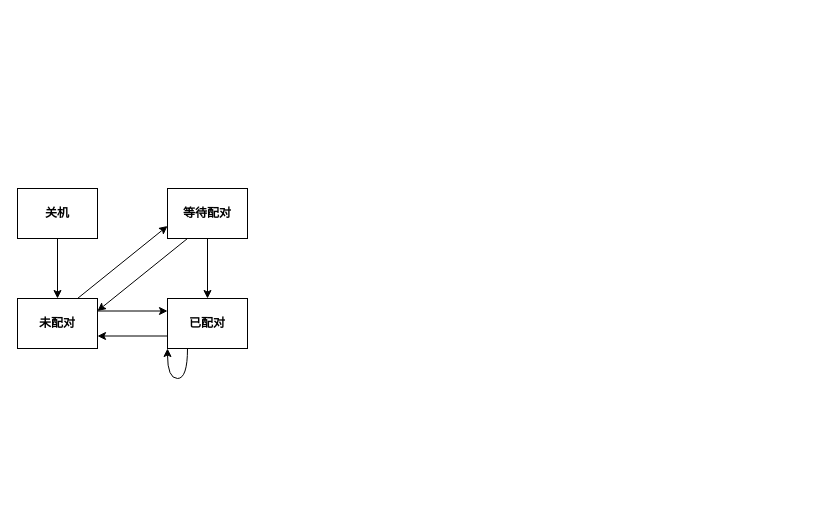
Before: src/fsm.drawio in JinyuChata/CitiCup-JavaAPI, a draw.io diagram. Source tidied: cells renumbered, new cells numbered last; positions are measured from the earlier drawing's top-left corner, leaving out a move shared by most shapes. Both pictures are drawn from the tidied source at 100%, with x=0, y=0 at pixel (17, 188).
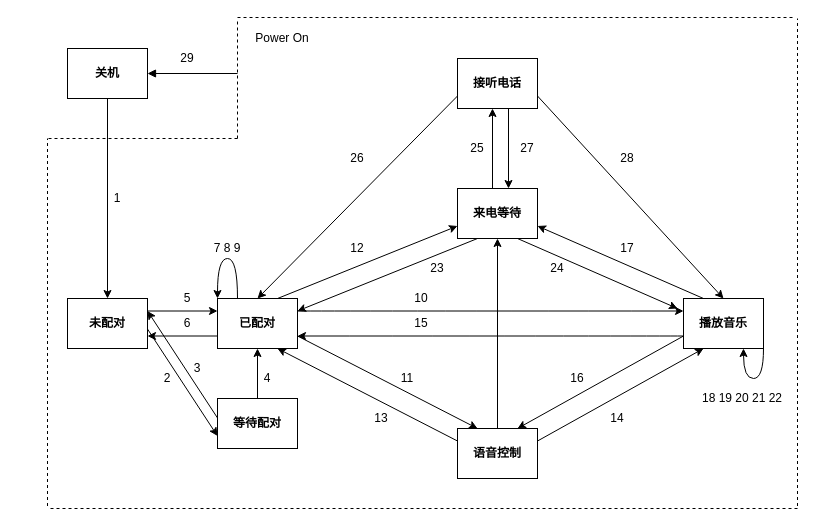
Above is the later version.

What changed in the source:
```diff
@@
     <mxCell id="3" value="&lt;b&gt;关机&lt;/b&gt;" style="rounded=0;whiteSpace=wrap;html=1;" parent="1" vertex="1">
-      <mxGeometry width="80" height="50" as="geometry" />
+      <mxGeometry x="50" y="-140" width="80" height="50" as="geometry" />
     </mxCell>
@@
     <mxCell id="6" value="&lt;b&gt;未配对&lt;/b&gt;" style="rounded=0;whiteSpace=wrap;html=1;" parent="1" vertex="1">
-      <mxGeometry y="110" width="80" height="50" as="geometry" />
+      <mxGeometry x="50" y="110" width="80" height="50" as="geometry" />
     </mxCell>
@@
     <mxCell id="9" value="&lt;b&gt;等待配对&lt;/b&gt;" style="rounded=0;whiteSpace=wrap;html=1;" parent="1" vertex="1">
-      <mxGeometry x="150" width="80" height="50" as="geometry" />
+      <mxGeometry x="200" y="210" width="80" height="50" as="geometry" />
     </mxCell>
@@
-    <mxCell id="11" style="edgeStyle=orthogonalEdgeStyle;curved=1;rounded=0;orthogonalLoop=1;jettySize=auto;html=1;exitX=0.25;exitY=1;exitDx=0;exitDy=0;entryX=0;entryY=1;entryDx=0;entryDy=0;" parent="1" edge="1" source="12" target="12">
+    <mxCell id="11" style="edgeStyle=orthogonalEdgeStyle;curved=1;rounded=0;orthogonalLoop=1;jettySize=auto;html=1;exitX=0.25;exitY=0;exitDx=0;exitDy=0;entryX=0;entryY=0;entryDx=0;entryDy=0;" parent="1" edge="1" source="12" target="12">
       <mxGeometry relative="1" as="geometry">
         <Array as="points">
-          <mxPoint x="170" y="190" />
-          <mxPoint x="150" y="190" />
+          <mxPoint x="220" y="70" />
+          <mxPoint x="200" y="70" />
         </Array>
       </mxGeometry>
     </mxCell>
+    <mxCell id="13" style="edgeStyle=orthogonalEdgeStyle;curved=1;rounded=0;jettySize=auto;html=1;exitX=1;exitY=0.25;exitDx=0;exitDy=0;entryX=0;entryY=0.25;entryDx=0;entryDy=0;" parent="1" edge="1" source="12" target="23">
+      <mxGeometry relative="1" as="geometry" />
+    </mxCell>
+    <mxCell id="14" style="rounded=0;jettySize=auto;html=1;exitX=1;exitY=0.75;exitDx=0;exitDy=0;entryX=0.25;entryY=0;entryDx=0;entryDy=0;" parent="1" edge="1" source="12" target="19">
+      <mxGeometry relative="1" as="geometry" />
+    </mxCell>
+    <mxCell id="15" style="edgeStyle=none;rounded=0;jettySize=auto;html=1;exitX=0.75;exitY=0;exitDx=0;exitDy=0;entryX=0;entryY=0.75;entryDx=0;entryDy=0;" parent="1" edge="1" source="12" target="28">
+      <mxGeometry relative="1" as="geometry" />
+    </mxCell>
     <mxCell id="12" value="&lt;b&gt;已配对&lt;/b&gt;" style="rounded=0;whiteSpace=wrap;html=1;" parent="1" vertex="1">
-      <mxGeometry x="150" y="110" width="80" height="50" as="geometry" />
+      <mxGeometry x="200" y="110" width="80" height="50" as="geometry" />
     </mxCell>
+    <mxCell id="16" style="edgeStyle=none;rounded=0;jettySize=auto;html=1;exitX=0;exitY=0.25;exitDx=0;exitDy=0;entryX=0.75;entryY=1;entryDx=0;entryDy=0;" parent="1" edge="1" source="19" target="12">
+      <mxGeometry relative="1" as="geometry" />
+    </mxCell>
+    <mxCell id="17" style="edgeStyle=none;rounded=0;jettySize=auto;html=1;exitX=1;exitY=0.25;exitDx=0;exitDy=0;entryX=0.25;entryY=1;entryDx=0;entryDy=0;" parent="1" edge="1" source="19" target="23">
+      <mxGeometry relative="1" as="geometry" />
+    </mxCell>
+    <mxCell id="18" style="edgeStyle=none;rounded=0;jettySize=auto;html=1;exitX=0.5;exitY=0;exitDx=0;exitDy=0;entryX=0.5;entryY=1;entryDx=0;entryDy=0;" parent="1" edge="1" source="19" target="28">
+      <mxGeometry relative="1" as="geometry" />
+    </mxCell>
+    <mxCell id="19" value="&lt;b&gt;语音控制&lt;/b&gt;" style="rounded=0;whiteSpace=wrap;html=1;" parent="1" vertex="1">
+      <mxGeometry x="440" y="240" width="80" height="50" as="geometry" />
+    </mxCell>
+    <mxCell id="20" style="edgeStyle=orthogonalEdgeStyle;curved=1;rounded=0;jettySize=auto;html=1;exitX=0;exitY=0.75;exitDx=0;exitDy=0;entryX=1;entryY=0.75;entryDx=0;entryDy=0;" parent="1" edge="1" source="23" target="12">
+      <mxGeometry relative="1" as="geometry" />
+    </mxCell>
+    <mxCell id="21" style="edgeStyle=none;rounded=0;jettySize=auto;html=1;exitX=0;exitY=0.75;exitDx=0;exitDy=0;entryX=0.75;entryY=0;entryDx=0;entryDy=0;" parent="1" edge="1" source="23" target="19">
+      <mxGeometry relative="1" as="geometry" />
+    </mxCell>
+    <mxCell id="22" style="edgeStyle=none;rounded=0;jettySize=auto;html=1;exitX=0.25;exitY=0;exitDx=0;exitDy=0;entryX=1;entryY=0.75;entryDx=0;entryDy=0;" parent="1" edge="1" source="23" target="28">
+      <mxGeometry relative="1" as="geometry" />
+    </mxCell>
+    <mxCell id="23" value="&lt;b&gt;播放音乐&lt;/b&gt;" style="rounded=0;whiteSpace=wrap;html=1;" parent="1" vertex="1">
+      <mxGeometry x="666" y="110" width="80" height="50" as="geometry" />
+    </mxCell>
+    <mxCell id="24" style="edgeStyle=orthogonalEdgeStyle;curved=1;rounded=0;orthogonalLoop=1;jettySize=auto;html=1;exitX=0.25;exitY=1;exitDx=0;exitDy=0;entryX=0;entryY=1;entryDx=0;entryDy=0;" parent="1" edge="1">
+      <mxGeometry relative="1" as="geometry">
+        <mxPoint x="746" y="160" as="sourcePoint" />
+        <mxPoint x="726" y="160" as="targetPoint" />
+        <Array as="points">
+          <mxPoint x="746" y="190" />
+          <mxPoint x="726" y="190" />
+        </Array>
+      </mxGeometry>
+    </mxCell>
+    <mxCell id="25" style="edgeStyle=none;rounded=0;jettySize=auto;html=1;exitX=0.25;exitY=1;exitDx=0;exitDy=0;entryX=1;entryY=0.25;entryDx=0;entryDy=0;" parent="1" edge="1" source="28" target="12">
+      <mxGeometry relative="1" as="geometry" />
+    </mxCell>
+    <mxCell id="26" style="edgeStyle=none;rounded=0;jettySize=auto;html=1;exitX=0.75;exitY=1;exitDx=0;exitDy=0;" parent="1" edge="1" source="28">
+      <mxGeometry relative="1" as="geometry">
+        <mxPoint x="660" y="120" as="targetPoint" />
+      </mxGeometry>
+    </mxCell>
+    <mxCell id="27" style="edgeStyle=none;rounded=0;orthogonalLoop=1;jettySize=auto;html=1;exitX=0.25;exitY=0;exitDx=0;exitDy=0;entryX=0.25;entryY=1;entryDx=0;entryDy=0;" parent="1" edge="1">
+      <mxGeometry relative="1" as="geometry">
+        <mxPoint x="475" as="sourcePoint" />
+        <mxPoint x="475" y="-80" as="targetPoint" />
+      </mxGeometry>
+    </mxCell>
+    <mxCell id="28" value="&lt;b&gt;来电等待&lt;/b&gt;" style="rounded=0;whiteSpace=wrap;html=1;" parent="1" vertex="1">
+      <mxGeometry x="440" width="80" height="50" as="geometry" />
+    </mxCell>
+    <mxCell id="29" style="edgeStyle=none;rounded=0;orthogonalLoop=1;jettySize=auto;html=1;" parent="1" edge="1">
+      <mxGeometry relative="1" as="geometry">
+        <mxPoint x="491" y="-80" as="sourcePoint" />
+        <mxPoint x="491" as="targetPoint" />
+      </mxGeometry>
+    </mxCell>
+    <mxCell id="30" style="edgeStyle=none;rounded=0;jettySize=auto;html=1;exitX=0;exitY=0.75;exitDx=0;exitDy=0;entryX=0.5;entryY=0;entryDx=0;entryDy=0;" parent="1" edge="1" source="32" target="12">
+      <mxGeometry relative="1" as="geometry" />
+    </mxCell>
+    <mxCell id="31" style="edgeStyle=none;rounded=0;jettySize=auto;html=1;exitX=1;exitY=0.75;exitDx=0;exitDy=0;entryX=0.5;entryY=0;entryDx=0;entryDy=0;" parent="1" edge="1" source="32" target="23">
+      <mxGeometry relative="1" as="geometry" />
+    </mxCell>
+    <mxCell id="32" value="&lt;b&gt;接听电话&lt;/b&gt;" style="rounded=0;whiteSpace=wrap;html=1;" parent="1" vertex="1">
+      <mxGeometry x="440" y="-130" width="80" height="50" as="geometry" />
+    </mxCell>
+    <mxCell id="33" style="edgeStyle=none;rounded=0;orthogonalLoop=1;jettySize=auto;html=1;exitX=1;exitY=0;exitDx=0;exitDy=0;entryX=0.25;entryY=0;entryDx=0;entryDy=0;endArrow=none;endFill=0;dashed=1;" parent="1" edge="1">
+      <mxGeometry relative="1" as="geometry">
+        <mxPoint x="775" y="-171" as="sourcePoint" />
+        <mxPoint x="220" y="-171" as="targetPoint" />
+      </mxGeometry>
+    </mxCell>
+    <mxCell id="34" style="edgeStyle=none;rounded=0;orthogonalLoop=1;jettySize=auto;html=1;exitX=0;exitY=1;exitDx=0;exitDy=0;entryX=0;entryY=0.25;entryDx=0;entryDy=0;endArrow=none;endFill=0;dashed=1;" parent="1" edge="1">
+      <mxGeometry relative="1" as="geometry">
+        <mxPoint x="30" y="317.5" as="sourcePoint" />
+        <mxPoint x="30" y="-50" as="targetPoint" />
+      </mxGeometry>
+    </mxCell>
+    <mxCell id="35" style="edgeStyle=none;rounded=0;orthogonalLoop=1;jettySize=auto;html=1;exitX=1;exitY=0.75;exitDx=0;exitDy=0;endArrow=none;endFill=0;" parent="1" edge="1">
+      <mxGeometry relative="1" as="geometry">
+        <mxPoint x="220" y="-80" as="sourcePoint" />
+        <mxPoint x="220" y="-80" as="targetPoint" />
+      </mxGeometry>
+    </mxCell>
+    <mxCell id="36" style="edgeStyle=none;rounded=0;orthogonalLoop=1;jettySize=auto;html=1;entryX=0;entryY=0.25;entryDx=0;entryDy=0;endArrow=none;endFill=0;dashed=1;" parent="1" edge="1">
+      <mxGeometry relative="1" as="geometry">
+        <mxPoint x="220" y="-50" as="sourcePoint" />
+        <mxPoint x="220" y="-170" as="targetPoint" />
+      </mxGeometry>
+    </mxCell>
+    <mxCell id="37" style="edgeStyle=none;rounded=0;orthogonalLoop=1;jettySize=auto;html=1;entryX=0.25;entryY=0;entryDx=0;entryDy=0;endArrow=none;endFill=0;dashed=1;" parent="1" edge="1">
+      <mxGeometry relative="1" as="geometry">
+        <mxPoint x="220" y="-50" as="sourcePoint" />
+        <mxPoint x="30" y="-50" as="targetPoint" />
+      </mxGeometry>
+    </mxCell>
+    <mxCell id="38" style="edgeStyle=none;rounded=0;orthogonalLoop=1;jettySize=auto;html=1;entryX=0.25;entryY=0;entryDx=0;entryDy=0;endArrow=none;endFill=0;dashed=1;" parent="1" edge="1">
+      <mxGeometry relative="1" as="geometry">
+        <mxPoint x="780" y="320" as="sourcePoint" />
+        <mxPoint x="30" y="320" as="targetPoint" />
+      </mxGeometry>
+    </mxCell>
+    <mxCell id="39" style="edgeStyle=none;rounded=0;orthogonalLoop=1;jettySize=auto;html=1;exitX=0;exitY=1;exitDx=0;exitDy=0;endArrow=none;endFill=0;dashed=1;" parent="1" edge="1">
+      <mxGeometry relative="1" as="geometry">
+        <mxPoint x="780" y="317.5" as="sourcePoint" />
+        <mxPoint x="780" y="-170" as="targetPoint" />
+      </mxGeometry>
+    </mxCell>
+    <mxCell id="40" style="endArrow=none;html=1;exitX=1;exitY=0.5;exitDx=0;exitDy=0;startArrow=block;startFill=1;" parent="1" edge="1" source="3">
+      <mxGeometry relative="1" as="geometry">
+        <mxPoint x="220" y="-115" as="targetPoint" />
+      </mxGeometry>
+    </mxCell>
+    <mxCell id="41" value="Power On" style="text;html=1;strokeColor=none;fillColor=none;align=center;verticalAlign=middle;whiteSpace=wrap;rounded=0;dashed=1;" parent="1" vertex="1">
+      <mxGeometry x="230" y="-160" width="70" height="20" as="geometry" />
+    </mxCell>
+    <mxCell id="42" value="1" style="text;html=1;strokeColor=none;fillColor=none;align=center;verticalAlign=middle;whiteSpace=wrap;rounded=0;dashed=1;" parent="1" vertex="1">
+      <mxGeometry x="80" width="40" height="20" as="geometry" />
+    </mxCell>
+    <mxCell id="43" value="2" style="text;html=1;strokeColor=none;fillColor=none;align=center;verticalAlign=middle;whiteSpace=wrap;rounded=0;dashed=1;" parent="1" vertex="1">
+      <mxGeometry x="130" y="180" width="40" height="20" as="geometry" />
+    </mxCell>
+    <mxCell id="44" value="3" style="text;html=1;strokeColor=none;fillColor=none;align=center;verticalAlign=middle;whiteSpace=wrap;rounded=0;dashed=1;" parent="1" vertex="1">
+      <mxGeometry x="160" y="170" width="40" height="20" as="geometry" />
+    </mxCell>
+    <mxCell id="45" value="4" style="text;html=1;strokeColor=none;fillColor=none;align=center;verticalAlign=middle;whiteSpace=wrap;rounded=0;dashed=1;" parent="1" vertex="1">
+      <mxGeometry x="230" y="180" width="40" height="20" as="geometry" />
+    </mxCell>
+    <mxCell id="46" value="5" style="text;html=1;strokeColor=none;fillColor=none;align=center;verticalAlign=middle;whiteSpace=wrap;rounded=0;dashed=1;" parent="1" vertex="1">
+      <mxGeometry x="150" y="100" width="40" height="20" as="geometry" />
+    </mxCell>
+    <mxCell id="47" value="6" style="text;html=1;strokeColor=none;fillColor=none;align=center;verticalAlign=middle;whiteSpace=wrap;rounded=0;dashed=1;" parent="1" vertex="1">
+      <mxGeometry x="150" y="125" width="40" height="20" as="geometry" />
+    </mxCell>
+    <mxCell id="48" value="7 8 9" style="text;html=1;strokeColor=none;fillColor=none;align=center;verticalAlign=middle;whiteSpace=wrap;rounded=0;dashed=1;" parent="1" vertex="1">
+      <mxGeometry x="190" y="50" width="40" height="20" as="geometry" />
+    </mxCell>
+    <mxCell id="49" value="10" style="text;html=1;strokeColor=none;fillColor=none;align=center;verticalAlign=middle;whiteSpace=wrap;rounded=0;dashed=1;" parent="1" vertex="1">
+      <mxGeometry x="384" y="100" width="40" height="20" as="geometry" />
+    </mxCell>
+    <mxCell id="50" value="11" style="text;html=1;strokeColor=none;fillColor=none;align=center;verticalAlign=middle;whiteSpace=wrap;rounded=0;dashed=1;" parent="1" vertex="1">
+      <mxGeometry x="370" y="180" width="40" height="20" as="geometry" />
+    </mxCell>
+    <mxCell id="51" value="12" style="text;html=1;strokeColor=none;fillColor=none;align=center;verticalAlign=middle;whiteSpace=wrap;rounded=0;dashed=1;" parent="1" vertex="1">
+      <mxGeometry x="320" y="50" width="40" height="20" as="geometry" />
+    </mxCell>
+    <mxCell id="52" value="13" style="text;html=1;strokeColor=none;fillColor=none;align=center;verticalAlign=middle;whiteSpace=wrap;rounded=0;dashed=1;" parent="1" vertex="1">
+      <mxGeometry x="344" y="220" width="40" height="20" as="geometry" />
+    </mxCell>
+    <mxCell id="53" value="14" style="text;html=1;strokeColor=none;fillColor=none;align=center;verticalAlign=middle;whiteSpace=wrap;rounded=0;dashed=1;" parent="1" vertex="1">
+      <mxGeometry x="580" y="220" width="40" height="20" as="geometry" />
+    </mxCell>
+    <mxCell id="54" value="15" style="text;html=1;strokeColor=none;fillColor=none;align=center;verticalAlign=middle;whiteSpace=wrap;rounded=0;dashed=1;" parent="1" vertex="1">
+      <mxGeometry x="384" y="125" width="40" height="20" as="geometry" />
+    </mxCell>
+    <mxCell id="55" value="16" style="text;html=1;strokeColor=none;fillColor=none;align=center;verticalAlign=middle;whiteSpace=wrap;rounded=0;dashed=1;" parent="1" vertex="1">
+      <mxGeometry x="540" y="180" width="40" height="20" as="geometry" />
+    </mxCell>
+    <mxCell id="56" value="17" style="text;html=1;strokeColor=none;fillColor=none;align=center;verticalAlign=middle;whiteSpace=wrap;rounded=0;dashed=1;" parent="1" vertex="1">
+      <mxGeometry x="590" y="50" width="40" height="20" as="geometry" />
+    </mxCell>
+    <mxCell id="57" value="18 19 20 21 22" style="text;html=1;strokeColor=none;fillColor=none;align=center;verticalAlign=middle;whiteSpace=wrap;rounded=0;dashed=1;" parent="1" vertex="1">
+      <mxGeometry x="680" y="200" width="90" height="20" as="geometry" />
+    </mxCell>
+    <mxCell id="58" value="23" style="text;html=1;strokeColor=none;fillColor=none;align=center;verticalAlign=middle;whiteSpace=wrap;rounded=0;dashed=1;" parent="1" vertex="1">
+      <mxGeometry x="400" y="70" width="40" height="20" as="geometry" />
+    </mxCell>
+    <mxCell id="59" value="24" style="text;html=1;strokeColor=none;fillColor=none;align=center;verticalAlign=middle;whiteSpace=wrap;rounded=0;dashed=1;" parent="1" vertex="1">
+      <mxGeometry x="520" y="70" width="40" height="20" as="geometry" />
+    </mxCell>
+    <mxCell id="60" value="25" style="text;html=1;strokeColor=none;fillColor=none;align=center;verticalAlign=middle;whiteSpace=wrap;rounded=0;dashed=1;" parent="1" vertex="1">
+      <mxGeometry x="440" y="-50" width="40" height="20" as="geometry" />
+    </mxCell>
+    <mxCell id="61" value="26" style="text;html=1;strokeColor=none;fillColor=none;align=center;verticalAlign=middle;whiteSpace=wrap;rounded=0;dashed=1;" parent="1" vertex="1">
+      <mxGeometry x="320" y="-40" width="40" height="20" as="geometry" />
+    </mxCell>
+    <mxCell id="62" value="27" style="text;html=1;strokeColor=none;fillColor=none;align=center;verticalAlign=middle;whiteSpace=wrap;rounded=0;dashed=1;" parent="1" vertex="1">
+      <mxGeometry x="490" y="-50" width="40" height="20" as="geometry" />
+    </mxCell>
+    <mxCell id="63" value="28" style="text;html=1;strokeColor=none;fillColor=none;align=center;verticalAlign=middle;whiteSpace=wrap;rounded=0;dashed=1;" parent="1" vertex="1">
+      <mxGeometry x="590" y="-40" width="40" height="20" as="geometry" />
+    </mxCell>
+    <mxCell id="64" value="29" style="text;html=1;strokeColor=none;fillColor=none;align=center;verticalAlign=middle;whiteSpace=wrap;rounded=0;dashed=1;" parent="1" vertex="1">
+      <mxGeometry x="150" y="-140" width="40" height="20" as="geometry" />
+    </mxCell>
```
